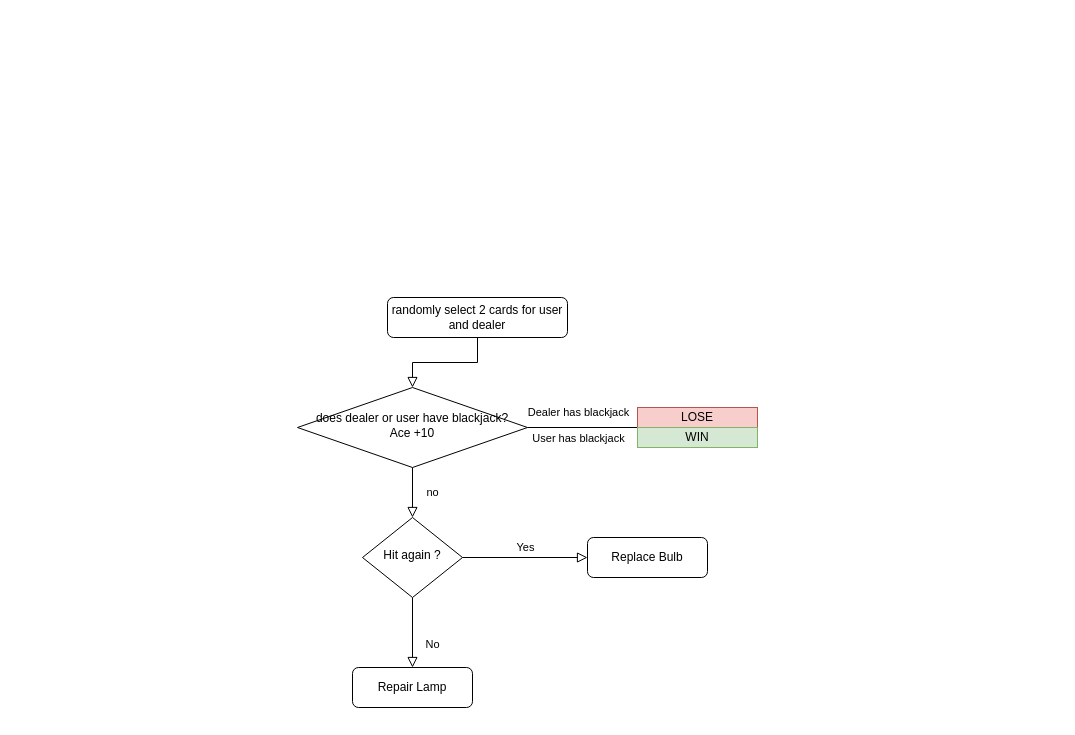
This is blackjack.drawio from mhtahim/crazedrive, a draw.io file, before an edit. Source tidied: cells renumbered, new cells numbered last; positions are measured from the earlier drawing's top-left corner, leaving out a move shared by most shapes. Both pictures are drawn from the tidied source at 100%, with x=0, y=0 at pixel (297, 297).
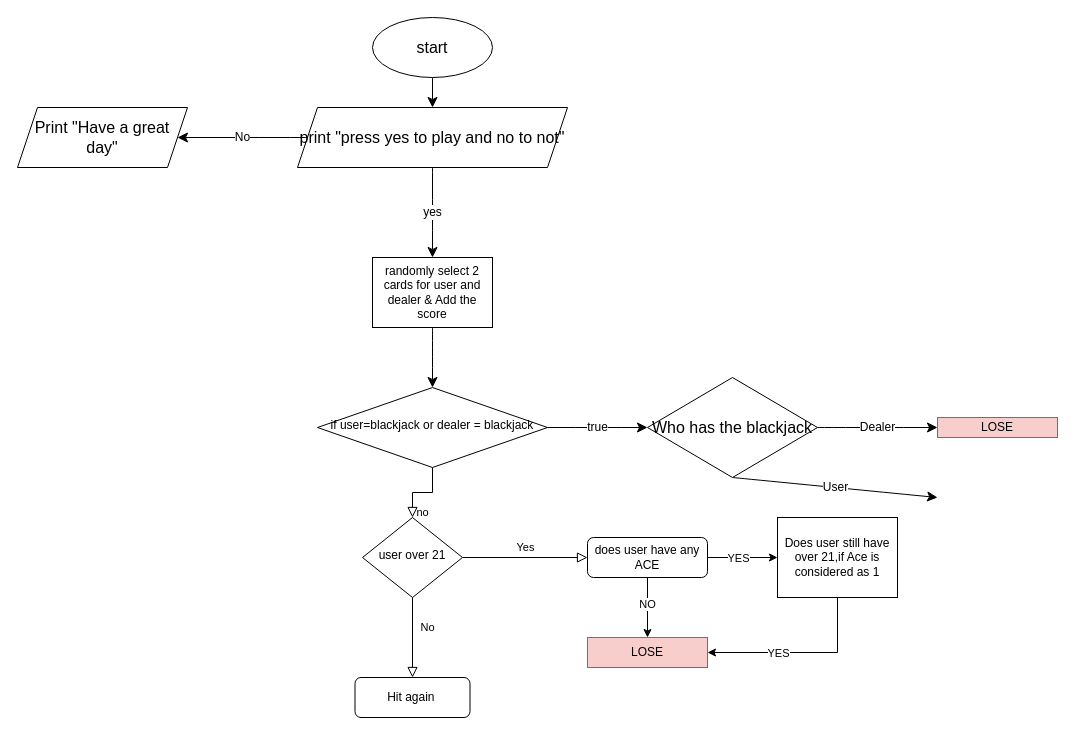
The same page after the edit.

The edit, as a diff of the source:
```diff
@@
-    <mxCell id="2" style="rounded=0;html=1;jettySize=auto;fontSize=11;endArrow=block;endFill=0;endSize=8;strokeWidth=1;shadow=0;labelBackgroundColor=none;edgeStyle=orthogonalEdgeStyle;" parent="1" edge="1" source="3" target="5">
-      <mxGeometry relative="1" as="geometry" />
-    </mxCell>
-    <mxCell id="3" value="randomly select 2 cards for user and dealer" style="rounded=1;whiteSpace=wrap;html=1;fontSize=12;glass=0;strokeWidth=1;shadow=0;" parent="1" vertex="1">
-      <mxGeometry x="90" width="180" height="40" as="geometry" />
-    </mxCell>
@@
+    <mxCell id="16" value="true" style="edgeStyle=none;curved=1;rounded=0;jettySize=auto;html=1;fontSize=12;startSize=8;endSize=8;" parent="1" edge="1" source="5">
+      <mxGeometry relative="1" as="geometry">
+        <mxPoint x="350" y="130" as="targetPoint" />
+        <Array as="points">
+          <mxPoint x="310" y="130" />
+        </Array>
+      </mxGeometry>
+    </mxCell>
-    <mxCell id="5" value="does dealer or user have blackjack?&lt;br&gt;Ace +10" style="rhombus;whiteSpace=wrap;html=1;shadow=0;fontFamily=Helvetica;fontSize=12;align=center;strokeWidth=1;spacing=6;spacingTop=-4;" parent="1" vertex="1">
-      <mxGeometry y="90" width="230" height="80" as="geometry" />
+    <mxCell id="5" value="if user=blackjack or dealer = blackjack" style="rhombus;whiteSpace=wrap;html=1;shadow=0;fontFamily=Helvetica;fontSize=12;align=center;strokeWidth=1;spacing=6;spacingTop=-4;" parent="1" vertex="1">
+      <mxGeometry x="20" y="90" width="230" height="80" as="geometry" />
     </mxCell>
     <mxCell id="6" value="No" style="rounded=0;html=1;jettySize=auto;fontSize=11;endArrow=block;endFill=0;endSize=8;strokeWidth=1;shadow=0;labelBackgroundColor=none;edgeStyle=orthogonalEdgeStyle;" parent="1" edge="1" source="8" target="9">
-      <mxGeometry x="0.33" y="20" relative="1" as="geometry" />
+      <mxGeometry x="-0.25" y="15" relative="1" as="geometry" />
     </mxCell>
@@
-    <mxCell id="8" value="Hit again ?" style="rhombus;whiteSpace=wrap;html=1;shadow=0;fontFamily=Helvetica;fontSize=12;align=center;strokeWidth=1;spacing=6;spacingTop=-4;" parent="1" vertex="1">
+    <mxCell id="8" value="user over 21" style="rhombus;whiteSpace=wrap;html=1;shadow=0;fontFamily=Helvetica;fontSize=12;align=center;strokeWidth=1;spacing=6;spacingTop=-4;" parent="1" vertex="1">
       <mxGeometry x="65" y="220" width="100" height="80" as="geometry" />
     </mxCell>
-    <mxCell id="9" value="Repair Lamp" style="rounded=1;whiteSpace=wrap;html=1;fontSize=12;glass=0;strokeWidth=1;shadow=0;" parent="1" vertex="1">
-      <mxGeometry x="55" y="370" width="120" height="40" as="geometry" />
+    <mxCell id="9" value="Hit again&amp;nbsp;" style="rounded=1;whiteSpace=wrap;html=1;fontSize=12;glass=0;strokeWidth=1;shadow=0;" parent="1" vertex="1">
+      <mxGeometry x="57.5" y="380" width="115" height="40" as="geometry" />
     </mxCell>
+    <mxCell id="17" style="edgeStyle=orthogonalEdgeStyle;rounded=0;jettySize=auto;html=1;exitX=1;exitY=0.5;exitDx=0;exitDy=0;" parent="1" edge="1" source="10" target="31">
+      <mxGeometry relative="1" as="geometry" />
+    </mxCell>
+    <mxCell id="18" value="YES" style="edgeLabel;html=1;align=center;verticalAlign=middle;" parent="17" vertex="1">
+      <mxGeometry x="0.23" y="1" relative="1" as="geometry">
+        <mxPoint x="-13" y="1" as="offset" />
+      </mxGeometry>
+    </mxCell>
+    <mxCell id="19" style="edgeStyle=orthogonalEdgeStyle;rounded=0;jettySize=auto;html=1;exitX=0.5;exitY=1;exitDx=0;exitDy=0;" parent="1" edge="1" source="10" target="24">
+      <mxGeometry relative="1" as="geometry" />
+    </mxCell>
+    <mxCell id="20" value="NO" style="edgeLabel;html=1;align=center;verticalAlign=middle;" parent="19" vertex="1">
+      <mxGeometry x="-0.15" y="-1" relative="1" as="geometry" />
+    </mxCell>
-    <mxCell id="10" value="Replace Bulb" style="rounded=1;whiteSpace=wrap;html=1;fontSize=12;glass=0;strokeWidth=1;shadow=0;" parent="1" vertex="1">
+    <mxCell id="10" value="does user have any ACE" style="rounded=1;whiteSpace=wrap;html=1;fontSize=12;glass=0;strokeWidth=1;shadow=0;" parent="1" vertex="1">
       <mxGeometry x="290" y="240" width="120" height="40" as="geometry" />
     </mxCell>
-    <mxCell id="11" style="endArrow=none;html=1;rounded=0;exitX=1;exitY=0.5;exitDx=0;exitDy=0;entryX=0;entryY=0;entryDx=0;entryDy=0;" parent="1" edge="1" source="5" target="14">
-      <mxGeometry relative="1" as="geometry" />
-    </mxCell>
-    <mxCell id="12" value="Dealer has blackjack" style="edgeLabel;html=1;align=center;verticalAlign=middle;" parent="11" vertex="1">
-      <mxGeometry x="-0.01" y="-1" relative="1" as="geometry">
-        <mxPoint x="-4" y="-17" as="offset" />
-      </mxGeometry>
-    </mxCell>
     <mxCell id="13" value="LOSE" style="rounded=0;whiteSpace=wrap;html=1;fillColor=#f8cecc;strokeColor=#b85450;" parent="1" vertex="1">
-      <mxGeometry x="340" y="110" width="120" height="20" as="geometry" />
+      <mxGeometry x="640" y="120" width="120" height="20" as="geometry" />
     </mxCell>
-    <mxCell id="14" value="WIN" style="rounded=0;whiteSpace=wrap;html=1;fillColor=#d5e8d4;strokeColor=#82b366;" parent="1" vertex="1">
-      <mxGeometry x="340" y="130" width="120" height="20" as="geometry" />
-    </mxCell>
-    <mxCell id="15" value="User has blackjack" style="edgeLabel;html=1;align=center;verticalAlign=middle;" parent="1" vertex="1">
-      <mxGeometry x="280" y="140" as="geometry" />
-    </mxCell>
+    <mxCell id="21" style="edgeStyle=none;curved=1;rounded=0;jettySize=auto;html=1;entryX=0.5;entryY=0;entryDx=0;entryDy=0;fontSize=12;startSize=8;endSize=8;" parent="1" edge="1" source="22" target="5">
+      <mxGeometry relative="1" as="geometry" />
+    </mxCell>
+    <mxCell id="22" value="randomly select 2 cards for user and dealer&amp;nbsp;&amp;amp; Add the score" style="rounded=0;whiteSpace=wrap;html=1;" parent="1" vertex="1">
+      <mxGeometry x="75" y="-40" width="120" height="70" as="geometry" />
+    </mxCell>
+    <mxCell id="23" value="Dealer" style="edgeStyle=none;curved=1;rounded=0;jettySize=auto;html=1;exitX=1;exitY=0.5;exitDx=0;exitDy=0;entryX=0;entryY=0.5;entryDx=0;entryDy=0;fontSize=12;startSize=8;endSize=8;" parent="1" edge="1" source="26" target="13">
+      <mxGeometry relative="1" as="geometry" />
+    </mxCell>
+    <mxCell id="24" value="LOSE" style="rounded=0;whiteSpace=wrap;html=1;fillColor=#f8cecc;strokeColor=#b85450;" parent="1" vertex="1">
+      <mxGeometry x="290" y="340" width="120" height="30" as="geometry" />
+    </mxCell>
+    <mxCell id="25" value="User" style="edgeStyle=none;curved=1;rounded=0;jettySize=auto;html=1;exitX=0.5;exitY=1;exitDx=0;exitDy=0;entryX=0;entryY=0.5;entryDx=0;entryDy=0;fontSize=12;startSize=8;endSize=8;" parent="1" edge="1" source="26">
+      <mxGeometry relative="1" as="geometry">
+        <mxPoint x="640" y="200" as="targetPoint" />
+      </mxGeometry>
+    </mxCell>
+    <mxCell id="26" value="Who has the blackjack" style="rhombus;whiteSpace=wrap;html=1;fontSize=16;" parent="1" vertex="1">
+      <mxGeometry x="350" y="80" width="170" height="100" as="geometry" />
+    </mxCell>
+    <mxCell id="27" style="edgeStyle=none;curved=1;rounded=0;jettySize=auto;html=1;entryX=0.5;entryY=0;entryDx=0;entryDy=0;fontSize=12;startSize=8;endSize=8;" parent="1" edge="1" source="30" target="34">
+      <mxGeometry relative="1" as="geometry" />
+    </mxCell>
+    <mxCell id="28" style="edgeStyle=orthogonalEdgeStyle;rounded=0;jettySize=auto;html=1;exitX=0.5;exitY=1;exitDx=0;exitDy=0;entryX=1;entryY=0.5;entryDx=0;entryDy=0;" parent="1" edge="1" source="31" target="24">
+      <mxGeometry relative="1" as="geometry" />
+    </mxCell>
+    <mxCell id="29" value="YES" style="edgeLabel;html=1;align=center;verticalAlign=middle;" parent="28" vertex="1">
+      <mxGeometry x="0.23" y="3" relative="1" as="geometry">
+        <mxPoint x="-1" y="-3" as="offset" />
+      </mxGeometry>
+    </mxCell>
+    <mxCell id="30" value="start" style="ellipse;whiteSpace=wrap;html=1;fontSize=16;" parent="1" vertex="1">
+      <mxGeometry x="75" y="-280" width="120" height="60" as="geometry" />
+    </mxCell>
+    <mxCell id="31" value="Does user still have over 21,if Ace is considered as 1" style="rounded=0;whiteSpace=wrap;html=1;" parent="1" vertex="1">
+      <mxGeometry x="480" y="220" width="120" height="80" as="geometry" />
+    </mxCell>
+    <mxCell id="32" value="No" style="edgeStyle=none;curved=1;rounded=0;jettySize=auto;html=1;fontSize=12;startSize=8;endSize=8;" parent="1" edge="1" source="34">
+      <mxGeometry relative="1" as="geometry">
+        <mxPoint x="-120" y="-160" as="targetPoint" />
+      </mxGeometry>
+    </mxCell>
+    <mxCell id="33" value="yes&lt;br&gt;" style="edgeStyle=none;curved=1;rounded=0;jettySize=auto;html=1;entryX=0.5;entryY=0;entryDx=0;entryDy=0;fontSize=12;startSize=8;endSize=8;" parent="1" edge="1" source="34" target="22">
+      <mxGeometry relative="1" as="geometry" />
+    </mxCell>
+    <mxCell id="34" value="print &quot;press yes to play and no to not&quot;" style="shape=parallelogram;perimeter=parallelogramPerimeter;whiteSpace=wrap;html=1;fixedSize=1;fontSize=16;" parent="1" vertex="1">
+      <mxGeometry y="-190" width="270" height="60" as="geometry" />
+    </mxCell>
+    <mxCell id="35" value="Print &quot;Have a great day&quot;" style="shape=parallelogram;perimeter=parallelogramPerimeter;whiteSpace=wrap;html=1;fixedSize=1;fontSize=16;" parent="1" vertex="1">
+      <mxGeometry x="-280" y="-190" width="170" height="60" as="geometry" />
+    </mxCell>
```
